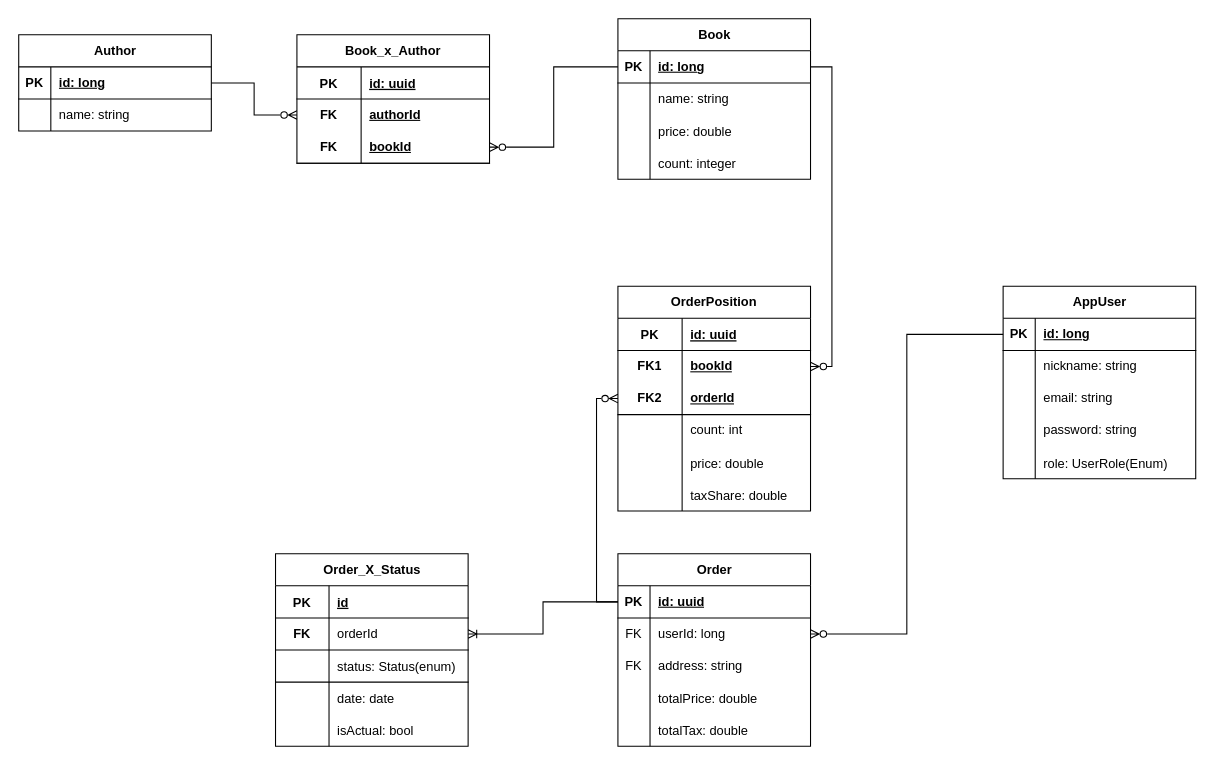
OurBookStore/TheBookStore keeps this draw.io diagram as BookStoreERD.drawio. Above is the earlier version. Source tidied: cells renumbered, new cells numbered last; positions are measured from the earlier drawing's top-left corner, leaving out a move shared by most shapes. Both pictures are drawn from the tidied source at 107%, with x=0, y=0 at pixel (18, 18).
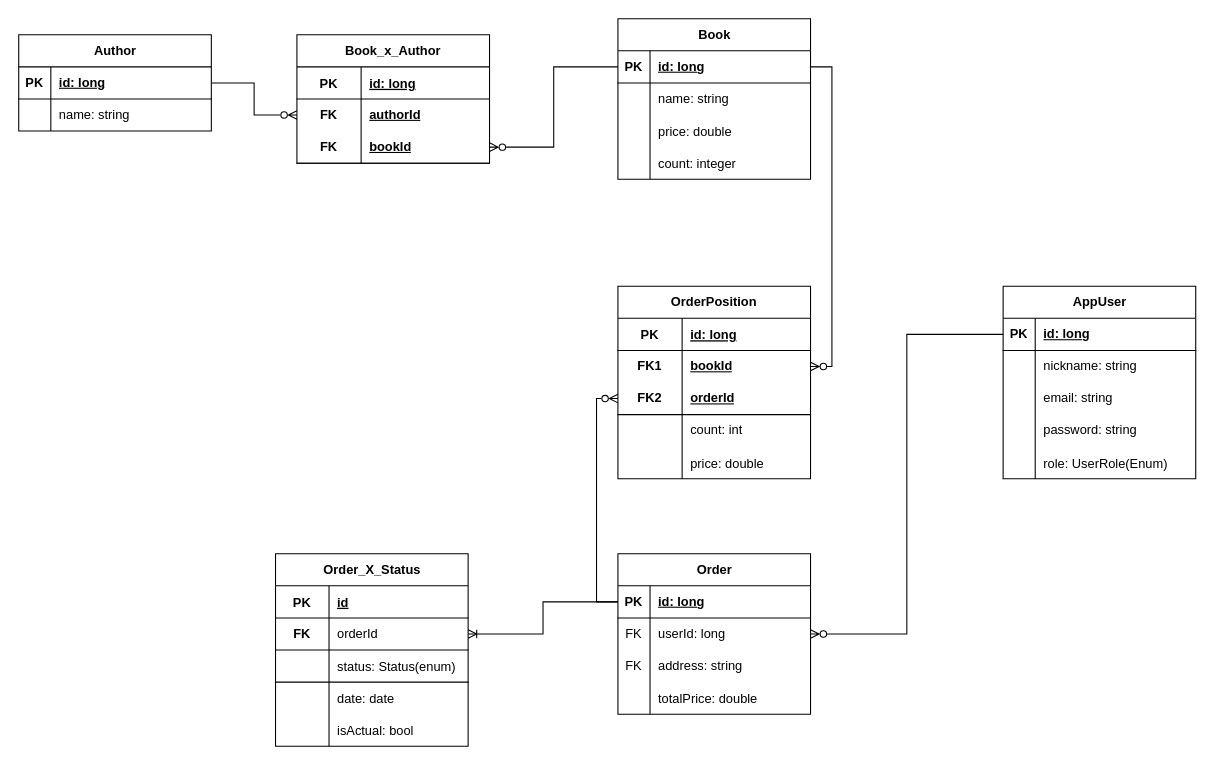
Above is the later version.

Commit message (it also covers changes not shown here):
убрал нологи, поменял Date на DateTime, UUID на Long

The change refers to these unchanged cells:
```xml
<mxCell id="23" style="shape=tableRow;horizontal=0;startSize=0;swimlaneHead=0;swimlaneBody=0;fillColor=none;top=0;left=0;right=0;bottom=1;" parent="22" vertex="1">
  <mxGeometry y="30" width="180" height="30" as="geometry" />
</mxCell>
<mxCell id="33" style="shape=tableRow;horizontal=0;startSize=0;swimlaneHead=0;swimlaneBody=0;fillColor=none;top=0;left=0;right=0;bottom=1;" parent="32" vertex="1">
  <mxGeometry y="30" width="180" height="30" as="geometry" />
</mxCell>
<mxCell id="52" style="shape=tableRow;horizontal=0;startSize=0;swimlaneHead=0;swimlaneBody=0;fillColor=none;points=[[0,0.5],[1,0.5]];portConstraint=eastwest;top=0;left=0;right=0;bottom=1;" parent="51" vertex="1">
  <mxGeometry y="30" width="180" height="30" as="geometry" />
</mxCell>
```

The edit, as a diff of the source:
```diff
@@
-    <mxCell id="25" value="id: uuid" style="shape=partialRectangle;fillColor=none;top=0;left=0;bottom=0;right=0;align=left;spacingLeft=6;fontStyle=5;overflow=hidden;" parent="23" vertex="1">
+    <mxCell id="25" value="id: long" style="shape=partialRectangle;fillColor=none;top=0;left=0;bottom=0;right=0;align=left;spacingLeft=6;fontStyle=5;overflow=hidden;" parent="23" vertex="1">
       <mxGeometry x="60" width="120" height="30" as="geometry" />
     </mxCell>
@@
     <mxCell id="32" value="OrderPosition" style="shape=table;startSize=30;childLayout=tableLayout;rowLines=0;fontStyle=1;align=center;html=1;whiteSpace=wrap;" parent="1" vertex="1">
-      <mxGeometry x="560" y="250" width="180" height="210" as="geometry" />
+      <mxGeometry x="560" y="250" width="180" height="180" as="geometry" />
     </mxCell>
@@
-    <mxCell id="35" value="id: uuid" style="shape=partialRectangle;fillColor=none;top=0;left=0;bottom=0;right=0;align=left;spacingLeft=6;fontStyle=5;overflow=hidden;" parent="33" vertex="1">
+    <mxCell id="35" value="id: long" style="shape=partialRectangle;fillColor=none;top=0;left=0;bottom=0;right=0;align=left;spacingLeft=6;fontStyle=5;overflow=hidden;" parent="33" vertex="1">
       <mxGeometry x="60" width="120" height="30" as="geometry" />
     </mxCell>
@@
-    <mxCell id="48" style="shape=tableRow;horizontal=0;startSize=0;swimlaneHead=0;swimlaneBody=0;fillColor=none;top=0;left=0;right=0;bottom=0;" parent="32" vertex="1">
-      <mxGeometry y="180" width="180" height="30" as="geometry" />
-    </mxCell>
-    <mxCell id="49" style="shape=partialRectangle;fillColor=none;top=0;left=0;bottom=0;right=0;overflow=hidden;" parent="48" vertex="1">
-      <mxGeometry width="60" height="30" as="geometry" />
-    </mxCell>
-    <mxCell id="50" value="taxShare: double" style="shape=partialRectangle;fillColor=none;top=0;left=0;bottom=0;right=0;align=left;spacingLeft=6;overflow=hidden;" parent="48" vertex="1">
-      <mxGeometry x="60" width="120" height="30" as="geometry" />
-    </mxCell>
     <mxCell id="51" value="Order" style="shape=table;startSize=30;childLayout=tableLayout;rowLines=0;fontStyle=1;align=center;html=1;" parent="1" vertex="1">
-      <mxGeometry x="560" y="500" width="180" height="180" as="geometry" />
+      <mxGeometry x="560" y="500" width="180" height="150" as="geometry" />
     </mxCell>
@@
-    <mxCell id="54" value="id: uuid" style="shape=partialRectangle;fillColor=none;top=0;left=0;bottom=0;right=0;align=left;spacingLeft=6;fontStyle=5;overflow=hidden;whiteSpace=wrap;html=1;" parent="52" vertex="1">
+    <mxCell id="54" value="id: long" style="shape=partialRectangle;fillColor=none;top=0;left=0;bottom=0;right=0;align=left;spacingLeft=6;fontStyle=5;overflow=hidden;whiteSpace=wrap;html=1;" parent="52" vertex="1">
       <mxGeometry x="30" width="150" height="30" as="geometry" />
     </mxCell>
@@
-    <mxCell id="64" style="shape=tableRow;horizontal=0;startSize=0;swimlaneHead=0;swimlaneBody=0;fillColor=none;top=0;left=0;right=0;bottom=0;" parent="51" vertex="1">
-      <mxGeometry y="150" width="180" height="30" as="geometry" />
-    </mxCell>
-    <mxCell id="65" style="shape=partialRectangle;fillColor=none;top=0;left=0;bottom=0;right=0;overflow=hidden;" parent="64" vertex="1">
-      <mxGeometry width="30" height="30" as="geometry" />
-    </mxCell>
-    <mxCell id="66" value="totalTax: double" style="shape=partialRectangle;fillColor=none;top=0;left=0;bottom=0;right=0;align=left;spacingLeft=6;overflow=hidden;" parent="64" vertex="1">
-      <mxGeometry x="30" width="150" height="30" as="geometry" />
-    </mxCell>
```
